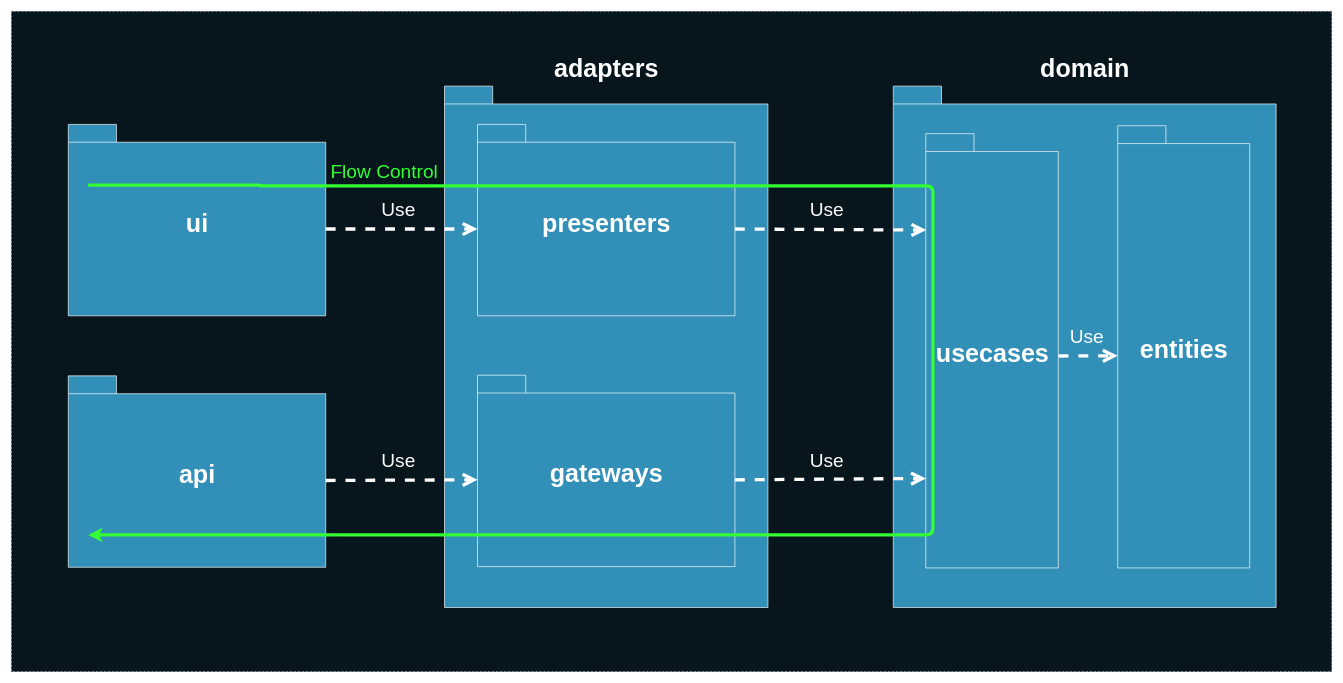
This is deck/ru/diagrams/packagesDependenciesFlowControl1.drawio from AlexanderLapygin/ca-react-rest-api-starter, a draw.io file, before an edit. Source tidied: cells renumbered, new cells numbered last; positions are measured from the earlier drawing's top-left corner, leaving out a move shared by most shapes. Both pictures are drawn from the tidied source at 66%, with x=0, y=0 at pixel (11, 11).
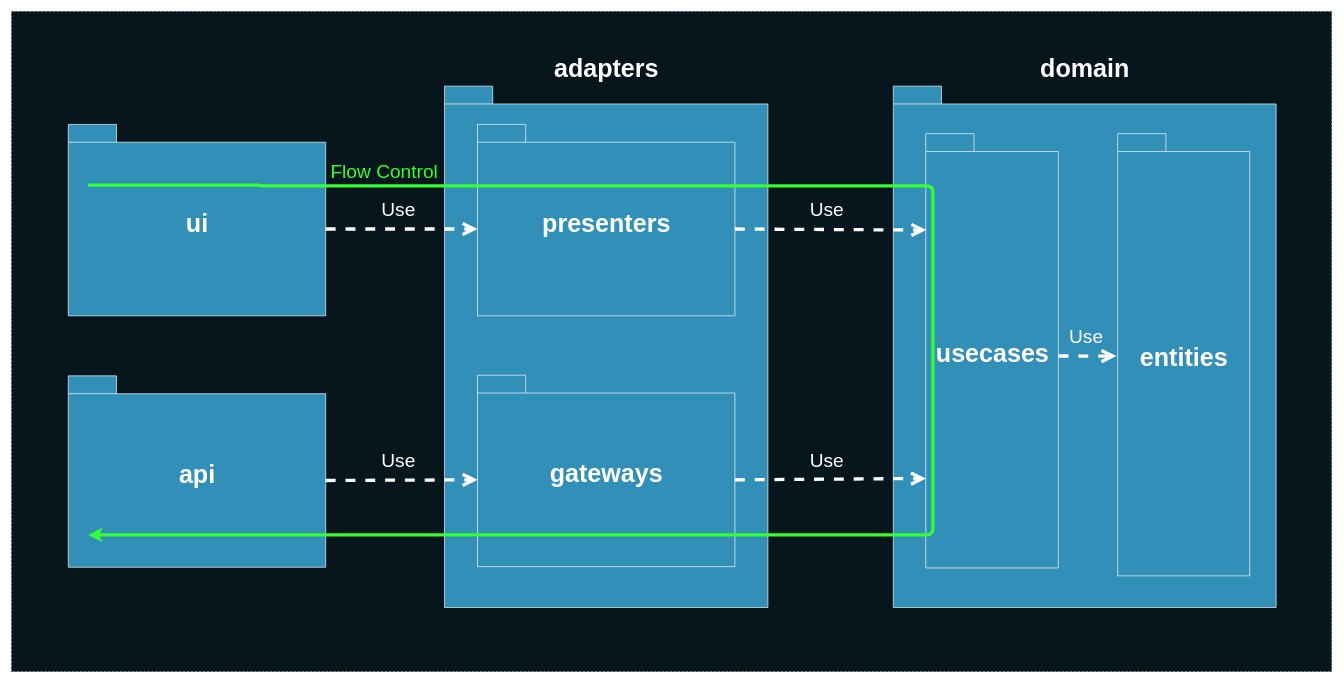
Above is the later version.

Commit message (it also covers changes not shown here):
deck: diagram update

The change refers to these unchanged cells:
```xml
<mxCell id="9" style="group;" parent="1" vertex="1">
  <mxGeometry x="1336" y="113" width="580" height="790" as="geometry" />
</mxCell>
<mxCell id="12" value="&lt;font color=&quot;#ffffff&quot; style=&quot;font-size: 38px&quot;&gt;usecases&lt;/font&gt;" style="shape=folder;fontStyle=1;spacingTop=10;tabWidth=73;tabHeight=27;tabPosition=left;html=1;strokeColor=#FFFFFF;fillColor=#3290B8;" parent="9" vertex="1">
  <mxGeometry x="49.2" y="72" width="200.8" height="658" as="geometry" />
</mxCell>
```

Diff of the diagram source:
```diff
@@
     <mxCell id="11" value="&lt;font color=&quot;#ffffff&quot; style=&quot;font-size: 38px&quot;&gt;entities&lt;/font&gt;" style="shape=folder;fontStyle=1;spacingTop=10;tabWidth=73;tabHeight=27;tabPosition=left;html=1;strokeColor=#FFFFFF;fillColor=#3290B8;" parent="9" vertex="1">
-      <mxGeometry x="340" y="60" width="200" height="670" as="geometry" />
+      <mxGeometry x="340" y="72" width="200" height="670" as="geometry" />
     </mxCell>
@@
-    <mxCell id="13" value="Use" style="endArrow=open;endSize=12;dashed=1;html=1;strokeColor=#FFFFFF;strokeWidth=5;fontSize=29;fontColor=#FFFFFF;entryX=0;entryY=0;entryDx=0;entryDy=348.5;entryPerimeter=0;labelBackgroundColor=none;exitX=1.002;exitY=0.512;exitDx=0;exitDy=0;exitPerimeter=0;" parent="9" edge="1" source="12" target="11">
+    <mxCell id="13" value="Use" style="endArrow=open;endSize=12;dashed=1;html=1;strokeColor=#FFFFFF;strokeWidth=5;fontSize=29;fontColor=#FFFFFF;entryX=-0.01;entryY=0.503;entryDx=0;entryDy=0;entryPerimeter=0;labelBackgroundColor=none;exitX=1.002;exitY=0.512;exitDx=0;exitDy=0;exitPerimeter=0;" parent="9" edge="1" source="12" target="11">
       <mxGeometry x="-0.04" y="29" relative="1" as="geometry" />
     </mxCell>
```
